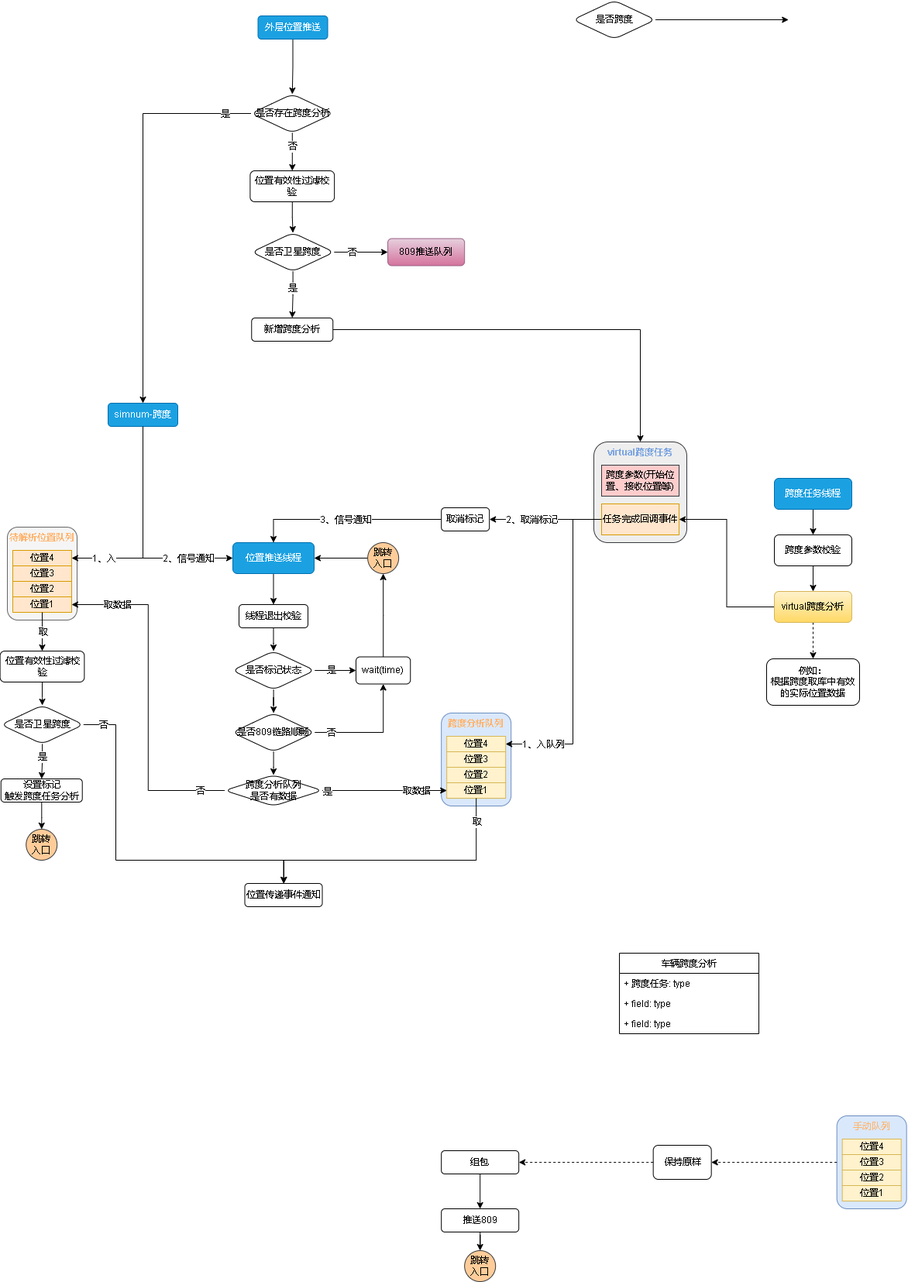
Earlier version of the draw.io export 809数据跨度.drawio.png (xktder/draw). Source tidied: cells renumbered, new cells last; positions are measured from the earlier drawing's top-left corner, leaving out a move shared by most shapes.
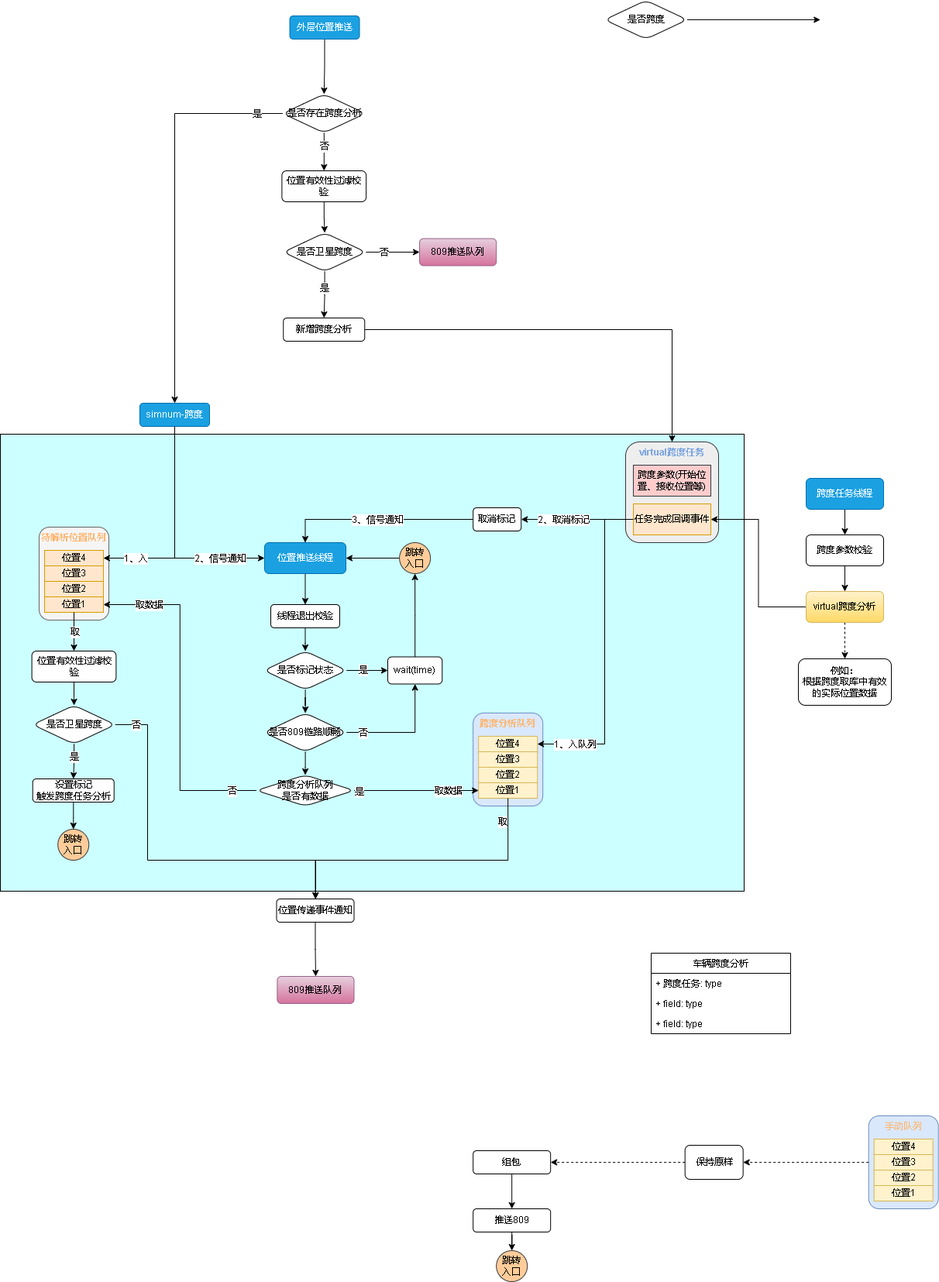
Later version of the same file.

Commit message:
更新809数据跨度.drawio.png

Diff of the diagram source:
```diff
@@ -2,6 +2,9 @@
   <root>
     <mxCell id="0" />
     <mxCell id="1" parent="0" />
+    <mxCell id="113" style="rounded=0;whiteSpace=wrap;html=1;fontColor=#000000;fillColor=#CCFFFF;" parent="1" vertex="1">
+      <mxGeometry x="-41" y="560" width="960" height="590" as="geometry" />
+    </mxCell>
     <mxCell id="2" style="edgeStyle=orthogonalEdgeStyle;rounded=0;jettySize=auto;html=1;fontColor=#000000;" parent="1" edge="1" source="4" target="24">
       <mxGeometry relative="1" as="geometry">
         <Array as="points">
@@ -191,8 +194,11 @@
     <mxCell id="52" value="是否卫星跨度" style="rhombus;whiteSpace=wrap;html=1;fontColor=#000000;rounded=1;" parent="1" vertex="1">
       <mxGeometry x="0.8" y="910" width="106.5" height="50" as="geometry" />
     </mxCell>
+    <mxCell id="114" style="edgeStyle=orthogonalEdgeStyle;rounded=0;jettySize=auto;html=1;fontColor=#000000;" parent="1" edge="1" source="53" target="115">
+      <mxGeometry relative="1" as="geometry" />
+    </mxCell>
     <mxCell id="53" value="位置传递事件通知" style="rounded=1;whiteSpace=wrap;html=1;fontColor=#000000;" parent="1" vertex="1">
-      <mxGeometry x="315.5" y="1140" width="100" height="30" as="geometry" />
+      <mxGeometry x="315.5" y="1160" width="100" height="30" as="geometry" />
     </mxCell>
     <mxCell id="54" style="edgeStyle=orthogonalEdgeStyle;rounded=0;jettySize=auto;html=1;fontColor=#000000;" parent="1" edge="1" source="55" target="47">
       <mxGeometry relative="1" as="geometry" />
@@ -388,5 +394,8 @@
     <mxCell id="112" value="+ field: type" style="text;strokeColor=none;fillColor=none;align=left;verticalAlign=top;spacingLeft=4;spacingRight=4;overflow=hidden;fontColor=#000000;" parent="109" vertex="1">
       <mxGeometry y="78" width="180" height="26" as="geometry" />
     </mxCell>
+    <mxCell id="115" value="809推送队列" style="whiteSpace=wrap;html=1;rounded=1;fillColor=#e6d0de;gradientColor=#d5739d;strokeColor=#996185;" parent="1" vertex="1">
+      <mxGeometry x="316.4" y="1260" width="99.1" height="35" as="geometry" />
+    </mxCell>
   </root>
 </mxGraphModel>
```
